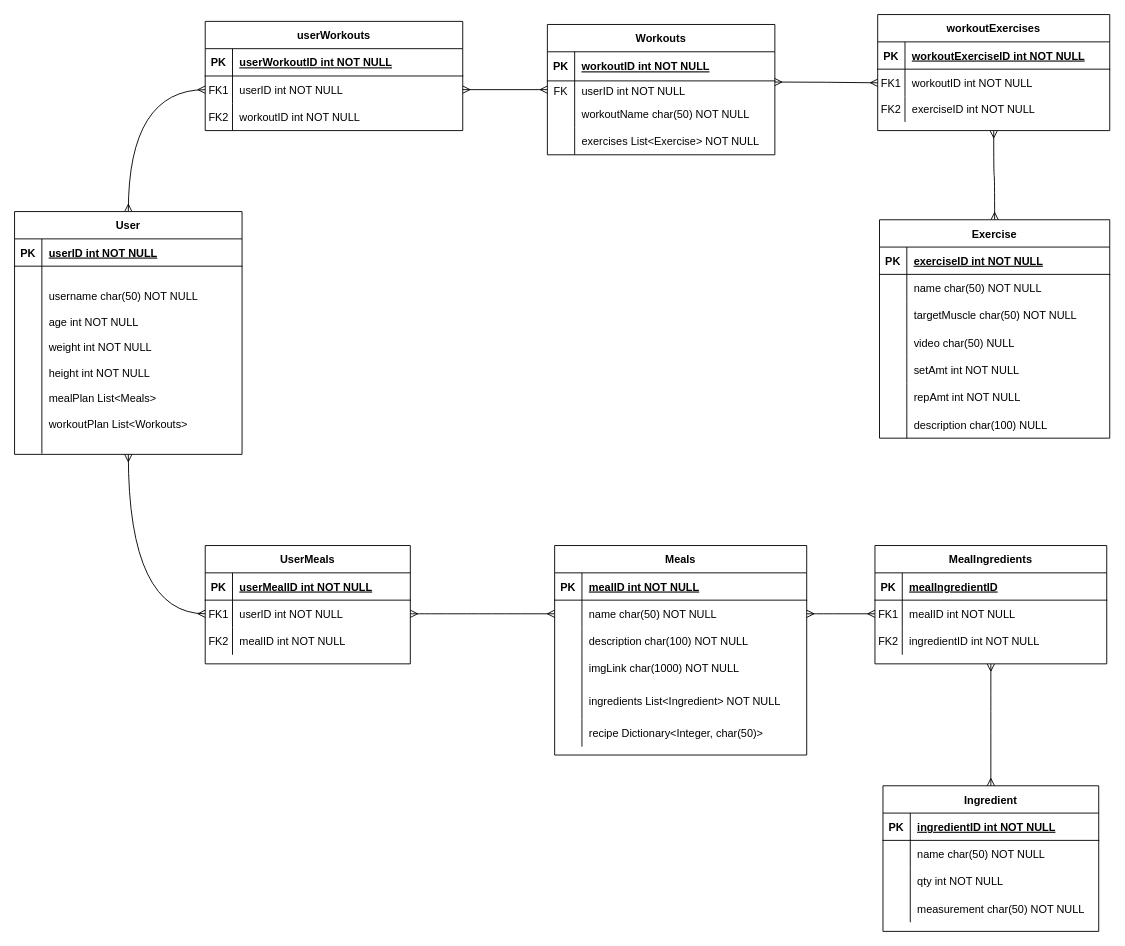
This is HomieGainz ER Diagram.drawio from Scipion2002/HomieGainz, a draw.io file, before an edit. Source tidied: cells renumbered, new cells numbered last; positions are measured from the earlier drawing's top-left corner, leaving out a move shared by most shapes. Both pictures are drawn from the tidied source at 91%, with x=0, y=0 at pixel (15, 14).
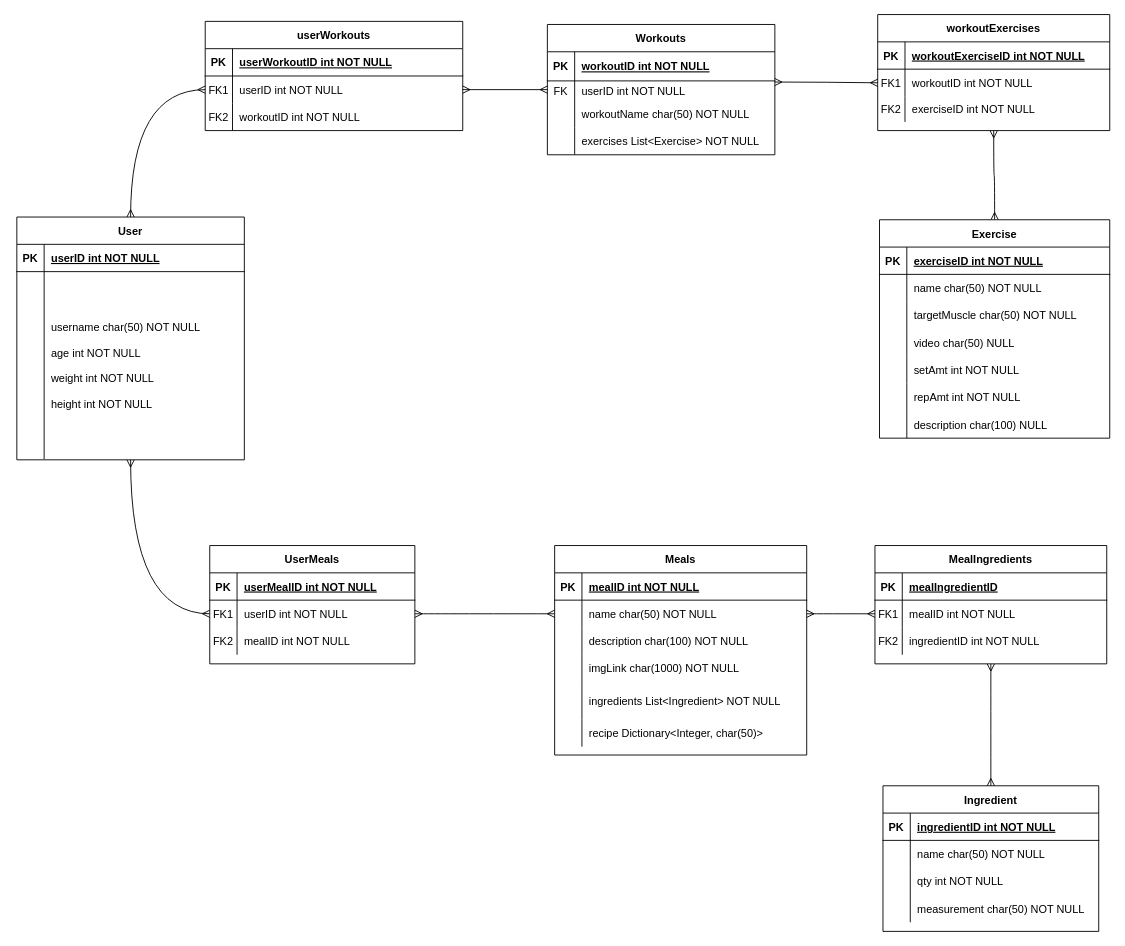
Above is the later version.

The change refers to these unchanged cells:
```xml
<mxCell id="40" style="shape=partialRectangle;fillColor=none;top=0;left=0;right=0;bottom=0;" parent="36" vertex="1">
  <mxGeometry y="60" width="250" height="206" as="geometry" />
</mxCell>
```

The edit, as a diff of the source:
```diff
@@
     <mxCell id="36" value="User" style="shape=table;startSize=30;childLayout=tableLayout;rowLines=0;fontStyle=1;align=center;" parent="1" vertex="1">
-      <mxGeometry x="-0.5" y="217" width="250" height="266.8" as="geometry" />
+      <mxGeometry x="2" y="223" width="250" height="266.8" as="geometry" />
     </mxCell>
@@
-    <mxCell id="42" value="username char(50) NOT NULL&#10;&#10;age int NOT NULL&#10;&#10;weight int NOT NULL&#10;&#10;height int NOT NULL&#10;&#10;mealPlan List&lt;Meals&gt;&#10;&#10;workoutPlan List&lt;Workouts&gt;" style="shape=partialRectangle;overflow=hidden;fillColor=none;top=0;left=0;bottom=0;right=0;align=left;spacingLeft=6;" parent="40" vertex="1">
+    <mxCell id="42" value="username char(50) NOT NULL&#10;&#10;age int NOT NULL&#10;&#10;weight int NOT NULL&#10;&#10;height int NOT NULL" style="shape=partialRectangle;overflow=hidden;fillColor=none;top=0;left=0;bottom=0;right=0;align=left;spacingLeft=6;" parent="40" vertex="1">
       <mxGeometry x="30" width="220" height="206" as="geometry" />
     </mxCell>
@@
     <mxCell id="88" value="UserMeals" style="shape=table;startSize=30;childLayout=tableLayout;rowLines=0;fontStyle=1;align=center;" parent="1" vertex="1">
-      <mxGeometry x="209" y="584" width="225.4" height="130" as="geometry" />
+      <mxGeometry x="214" y="584" width="225.4" height="130" as="geometry" />
     </mxCell>
```
